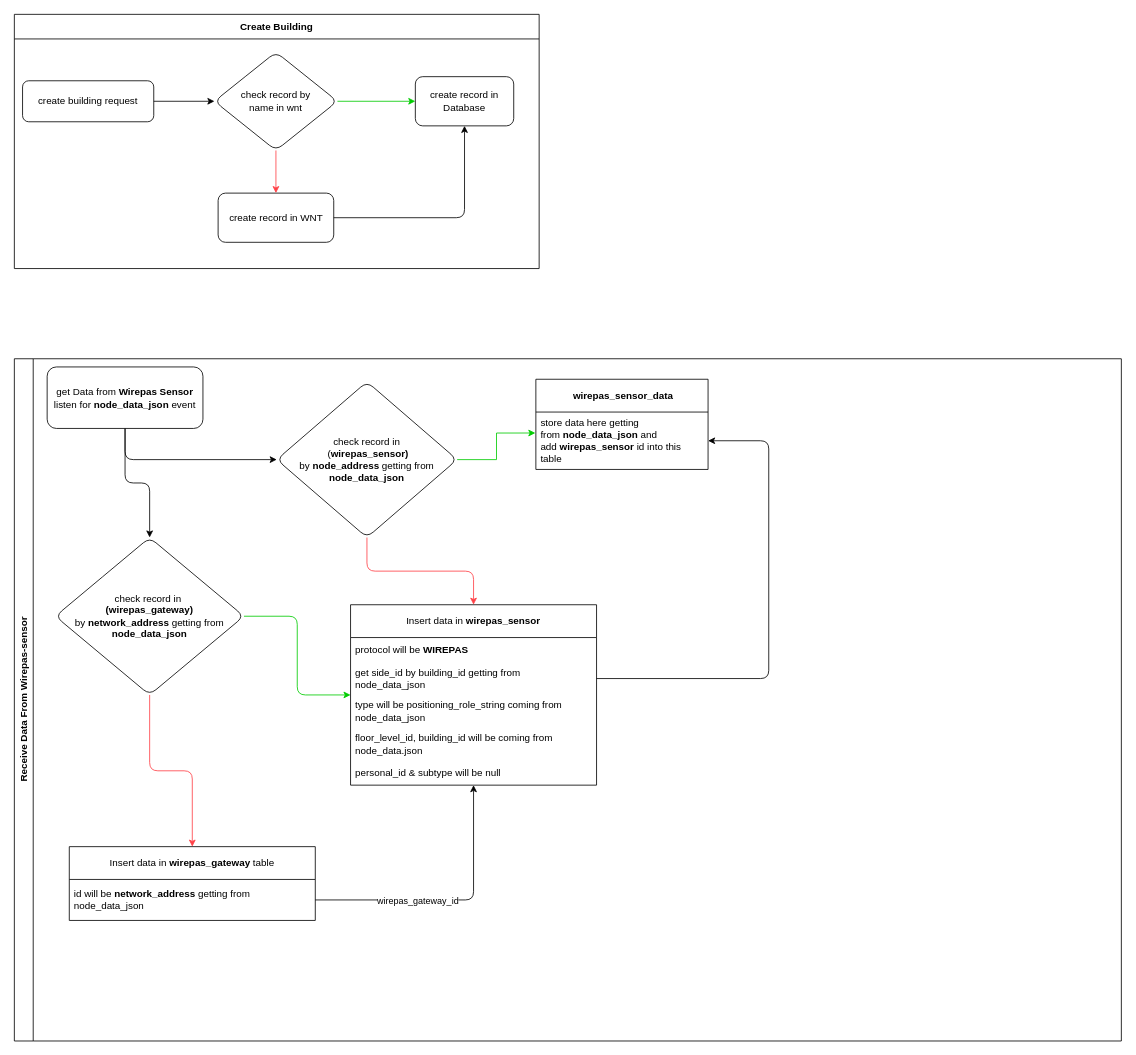
Zeshan-Shakil/iot-core-diagrams keeps this draw.io diagram as Untitled Diagram.drawio. Above is the earlier version. Source tidied: cells renumbered, new cells numbered last; positions are measured from the earlier drawing's top-left corner, leaving out a move shared by most shapes. Both pictures are drawn from the tidied source at 82%, with x=0, y=0 at pixel (14, 14).
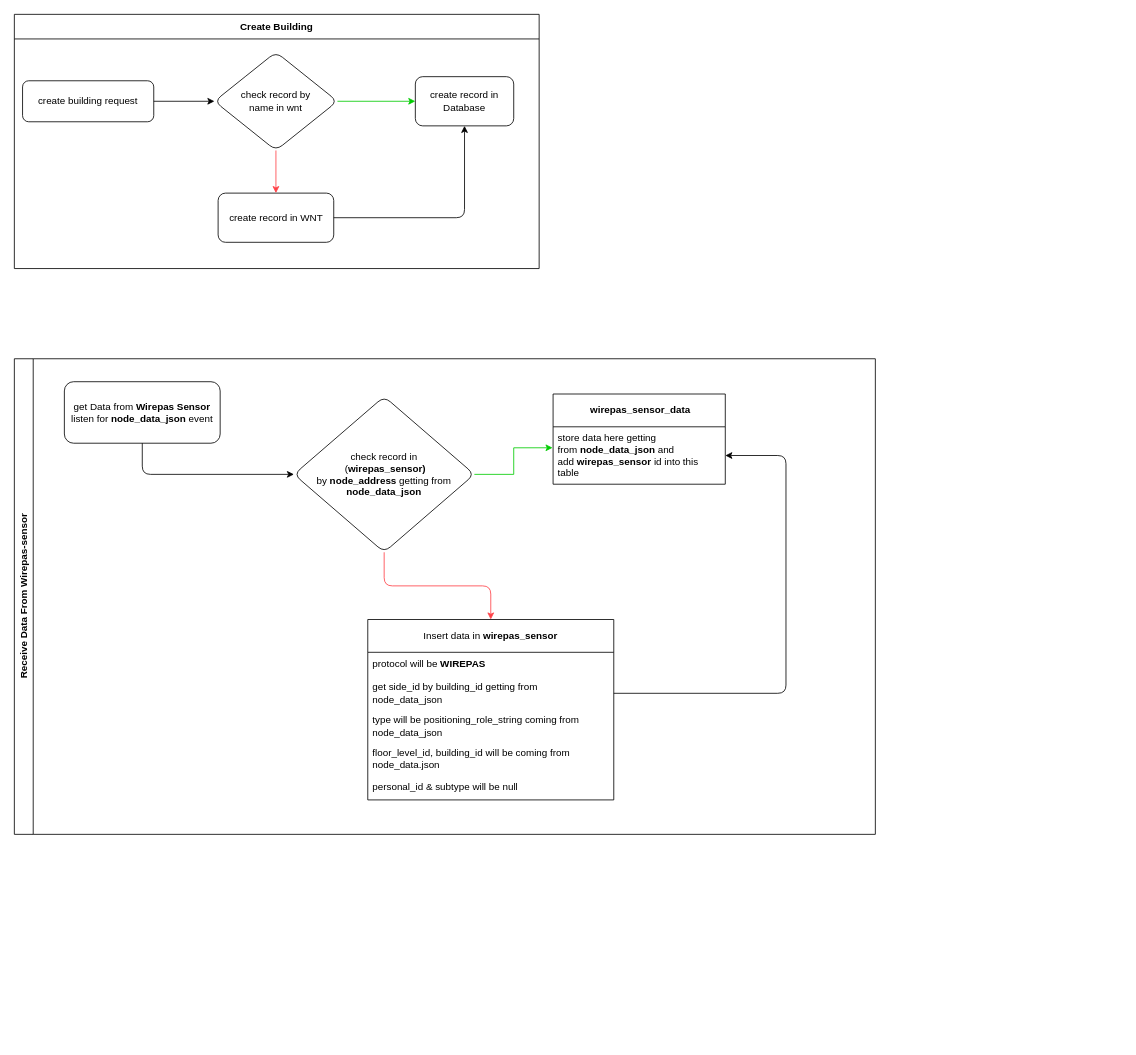
The same diagram, later.

Unchanged cells that the change refers to:
```xml
<mxCell id="21" value="get side_id by building_id getting from node_data_json" style="text;strokeColor=none;fillColor=none;align=left;verticalAlign=middle;spacingLeft=4;spacingRight=4;overflow=hidden;points=[[0,0.5],[1,0.5]];portConstraint=eastwest;whiteSpace=wrap;html=1;" parent="19" vertex="1">
  <mxGeometry y="70" width="300" height="40" as="geometry" />
</mxCell>
<mxCell id="34" value="store data here getting from&amp;nbsp;&lt;b style=&quot;border-color: var(--border-color); text-align: center;&quot;&gt;node_data_json&lt;/b&gt;&lt;span style=&quot;text-align: center;&quot;&gt;&amp;nbsp;and add&amp;nbsp;&lt;/span&gt;&lt;b style=&quot;border-color: var(--border-color); text-align: center;&quot;&gt;wirepas_sensor&lt;/b&gt;&lt;span style=&quot;text-align: center;&quot;&gt;&amp;nbsp;id into this table&amp;nbsp;&lt;/span&gt;" style="text;strokeColor=none;fillColor=none;align=left;verticalAlign=middle;spacingLeft=4;spacingRight=4;overflow=hidden;points=[[0,0.5],[1,0.5]];portConstraint=eastwest;whiteSpace=wrap;html=1;" parent="33" vertex="1">
  <mxGeometry y="40" width="210" height="70" as="geometry" />
</mxCell>
```

Change to the diagram source:
```diff
@@
     <mxCell id="12" value="Receive Data From Wirepas-sensor" style="swimlane;horizontal=0;whiteSpace=wrap;html=1;" parent="1" vertex="1">
-      <mxGeometry y="420" width="1350" height="832" as="geometry" />
+      <mxGeometry y="420" width="1050" height="580" as="geometry" />
     </mxCell>
-    <mxCell id="13" style="edgeStyle=orthogonalEdgeStyle;rounded=1;jettySize=auto;html=1;exitX=0.5;exitY=1;exitDx=0;exitDy=0;entryX=0.5;entryY=0;entryDx=0;entryDy=0;" parent="12" edge="1" source="14" target="27">
-      <mxGeometry relative="1" as="geometry" />
-    </mxCell>
     <mxCell id="14" value="get Data from &lt;b&gt;Wirepas Sensor&lt;/b&gt;&lt;br&gt;listen for &lt;b&gt;node_data_json&lt;/b&gt; event" style="rounded=1;whiteSpace=wrap;html=1;" parent="12" vertex="1">
-      <mxGeometry x="40" y="10" width="190" height="75" as="geometry" />
+      <mxGeometry x="61" y="28" width="190" height="75" as="geometry" />
     </mxCell>
     <mxCell id="15" value="check record in&lt;br&gt;&amp;nbsp;(&lt;b&gt;wirepas_sensor)&lt;br&gt;&lt;/b&gt;by &lt;b&gt;node_address&lt;/b&gt; getting from &lt;b&gt;node_data_json&lt;/b&gt;" style="rhombus;whiteSpace=wrap;html=1;rounded=1;" parent="12" vertex="1">
-      <mxGeometry x="320" y="28" width="220" height="190" as="geometry" />
+      <mxGeometry x="341" y="46" width="220" height="190" as="geometry" />
     </mxCell>
@@
     <mxCell id="19" value="Insert data in &lt;b&gt;wirepas_sensor&lt;/b&gt;" style="swimlane;fontStyle=0;horizontal=1;startSize=40;whiteSpace=wrap;html=1;strokeWidth=1;" parent="12" vertex="1">
-      <mxGeometry x="410" y="300" width="300" height="220" as="geometry" />
+      <mxGeometry x="431" y="318" width="300" height="220" as="geometry" />
     </mxCell>
@@
-    <mxCell id="25" style="edgeStyle=orthogonalEdgeStyle;rounded=1;jettySize=auto;html=1;entryX=0;entryY=0.5;entryDx=0;entryDy=0;strokeColor=#00CC00;" parent="12" edge="1" source="27" target="19">
-      <mxGeometry relative="1" as="geometry" />
-    </mxCell>
-    <mxCell id="26" style="edgeStyle=orthogonalEdgeStyle;rounded=1;jettySize=auto;html=1;entryX=0.5;entryY=0;entryDx=0;entryDy=0;strokeColor=#FF4046;" parent="12" edge="1" source="27" target="28">
-      <mxGeometry relative="1" as="geometry" />
-    </mxCell>
-    <mxCell id="27" value="check record in&amp;nbsp;&lt;br&gt;&lt;b&gt;(wirepas_gateway)&lt;br&gt;&lt;/b&gt;by&amp;nbsp;&lt;span style=&quot;background-color: initial;&quot;&gt;&lt;b&gt;network_address &lt;/b&gt;getting from &lt;b&gt;node_data_json&lt;/b&gt;&lt;br&gt;&lt;/span&gt;" style="rhombus;whiteSpace=wrap;html=1;rounded=1;" parent="12" vertex="1">
-      <mxGeometry x="50" y="218" width="230" height="192" as="geometry" />
-    </mxCell>
-    <mxCell id="28" value="Insert data in&amp;nbsp;&lt;b style=&quot;border-color: var(--border-color);&quot;&gt;wirepas_gateway&lt;/b&gt;&amp;nbsp;table" style="swimlane;fontStyle=0;horizontal=1;startSize=40;whiteSpace=wrap;html=1;strokeWidth=1;" parent="12" vertex="1">
-      <mxGeometry x="67" y="595" width="300" height="90" as="geometry" />
-    </mxCell>
-    <mxCell id="29" value="id will be&amp;nbsp;&lt;b&gt;network_address &lt;/b&gt;getting from node_data_json" style="text;strokeColor=none;fillColor=none;align=left;verticalAlign=middle;spacingLeft=4;spacingRight=4;overflow=hidden;points=[[0,0.5],[1,0.5]];portConstraint=eastwest;whiteSpace=wrap;html=1;" parent="28" vertex="1">
-      <mxGeometry y="40" width="300" height="50" as="geometry" />
-    </mxCell>
-    <mxCell id="30" style="edgeStyle=orthogonalEdgeStyle;rounded=1;jettySize=auto;html=1;strokeColor=#000000;" parent="12" edge="1" source="29" target="19">
-      <mxGeometry relative="1" as="geometry" />
-    </mxCell>
-    <mxCell id="31" value="wirepas_gateway_id" style="edgeLabel;html=1;align=center;verticalAlign=middle;" parent="30" vertex="1">
-      <mxGeometry x="-0.23" y="4" relative="1" as="geometry">
-        <mxPoint x="-4" y="4" as="offset" />
-      </mxGeometry>
-    </mxCell>
     <mxCell id="32" style="edgeStyle=orthogonalEdgeStyle;rounded=1;jettySize=auto;html=1;entryX=1;entryY=0.5;entryDx=0;entryDy=0;" parent="12" edge="1" source="21" target="34">
       <mxGeometry relative="1" as="geometry">
         <Array as="points">
-          <mxPoint x="920" y="390" />
-          <mxPoint x="920" y="100" />
+          <mxPoint x="941" y="408" />
+          <mxPoint x="941" y="118" />
         </Array>
       </mxGeometry>
     </mxCell>
     <mxCell id="33" value="&amp;nbsp;&lt;b style=&quot;border-color: var(--border-color);&quot;&gt;wirepas_sensor_data&lt;/b&gt;" style="swimlane;fontStyle=0;horizontal=1;startSize=40;whiteSpace=wrap;html=1;" parent="12" vertex="1">
-      <mxGeometry x="636" y="25" width="210" height="110" as="geometry" />
+      <mxGeometry x="657" y="43" width="210" height="110" as="geometry" />
     </mxCell>
```
